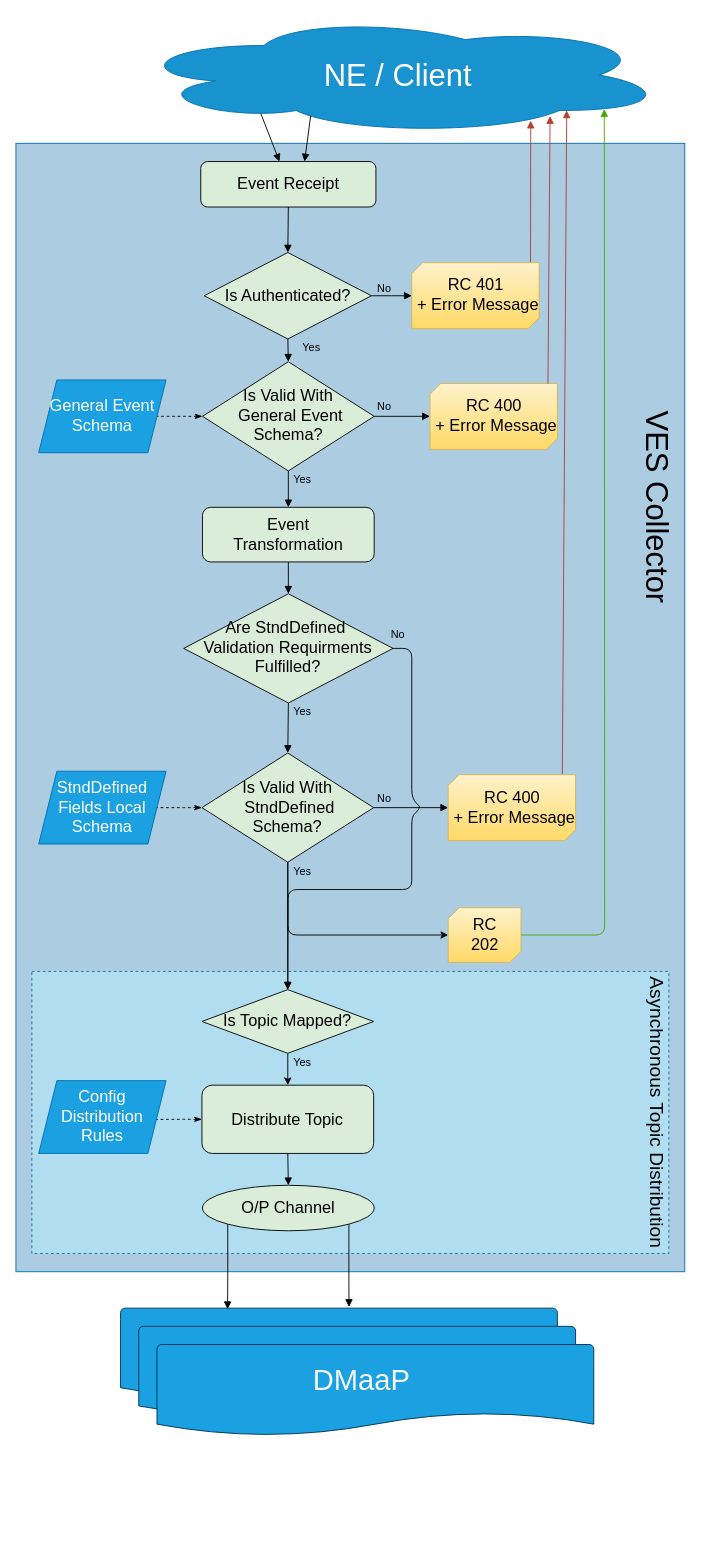
Earlier version of the draw.io diagram docs/sections/services/ves-http/ves-processing-flow.drawio (onap/dcaegen2). Source tidied: cells renumbered, new cells numbered last; positions are measured from the earlier drawing's top-left corner, leaving out a move shared by most shapes. Both pictures are drawn from the tidied source at 91%, with x=0, y=0 at pixel (15, 15).
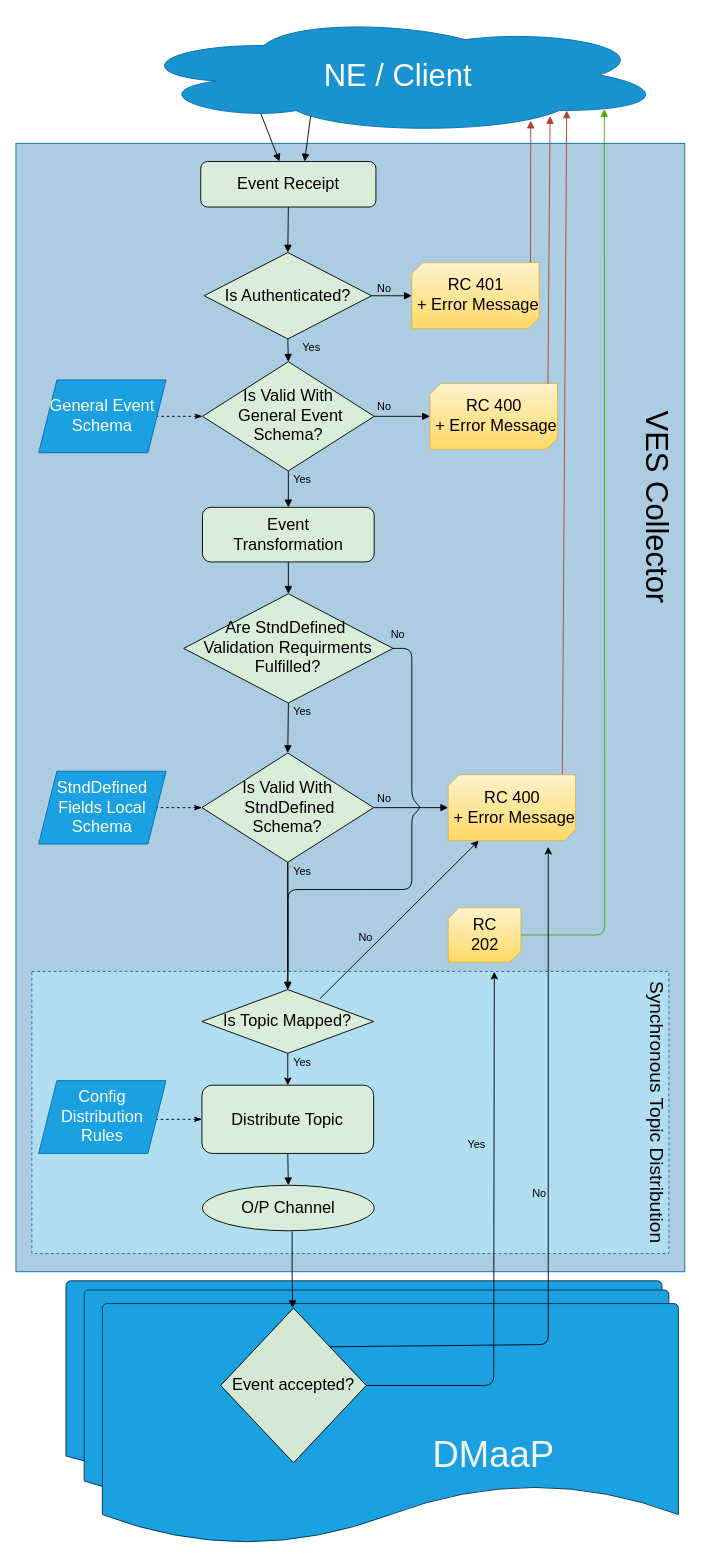
Above is the later version.

Commit message (it also covers changes not shown here):
Adjust documentation after replacing cambria with DmaaP client

Unchanged cells that the change refers to:
```xml
<mxCell id="18" value="Is Valid With&lt;br&gt;&amp;nbsp;StndDefined &lt;br&gt;Schema?" style="rhombus;whiteSpace=wrap;html=1;fillColor=#DAEDD9;fontSize=18;" parent="1" vertex="1">
  <mxGeometry x="204.4" y="810" width="188.7" height="120" as="geometry" />
</mxCell>
<mxCell id="20" style="rounded=0;whiteSpace=wrap;html=1;dashed=1;fontFamily=Helvetica;fontSize=18;fontColor=#000000;align=center;strokeColor=#10739e;fillColor=#b1ddf0;" parent="1" vertex="1">
  <mxGeometry x="17.5" y="1050" width="700" height="310" as="geometry" />
</mxCell>
<mxCell id="23" value="Is Topic Mapped?" style="rhombus;whiteSpace=wrap;html=1;fontFamily=Helvetica;fontSize=18;fontColor=#000000;align=center;strokeColor=#000000;fillColor=#DAEDD9;" parent="1" vertex="1">
  <mxGeometry x="204.4" y="1070" width="188.7" height="70" as="geometry" />
</mxCell>
<mxCell id="24" value="&lt;font style=&quot;font-size: 18px&quot;&gt;RC&lt;br style=&quot;font-size: 18px&quot;&gt;202&lt;br&gt;&lt;/font&gt;" style="verticalLabelPosition=middle;verticalAlign=middle;html=1;shape=mxgraph.basic.diag_snip_rect;dx=6;fillColor=#fff2cc;labelPosition=center;align=center;strokeColor=#d6b656;gradientColor=#ffd966;fontSize=18;" parent="1" vertex="1">
  <mxGeometry x="475" y="980" width="80" height="60" as="geometry" />
</mxCell>
<mxCell id="43" value="O/P Channel" style="ellipse;whiteSpace=wrap;html=1;fontFamily=Helvetica;fontSize=18;fontColor=#000000;align=center;strokeColor=#000000;fillColor=#DAEDD9;" parent="1" vertex="1">
  <mxGeometry x="205" y="1285" width="188.7" height="50" as="geometry" />
</mxCell>
<mxCell id="46" value="&lt;font style=&quot;font-size: 18px&quot;&gt;RC 400&lt;br&gt;&amp;nbsp;+ Error Message&lt;br&gt;&lt;/font&gt;" style="verticalLabelPosition=middle;verticalAlign=middle;html=1;shape=mxgraph.basic.diag_snip_rect;dx=6;fillColor=#fff2cc;labelPosition=center;align=center;strokeColor=#d6b656;gradientColor=#ffd966;fontSize=18;" parent="1" vertex="1">
  <mxGeometry x="475" y="833.8" width="140" height="72.5" as="geometry" />
</mxCell>
<mxCell id="52" value="&lt;font style=&quot;font-size: 18px&quot;&gt;Are StndDefined&amp;nbsp;&lt;br&gt;Validation Requirments&lt;br&gt;Fulfilled?&lt;br&gt;&lt;/font&gt;" style="rhombus;whiteSpace=wrap;html=1;fillColor=#DAEDD9;fontSize=18;" parent="1" vertex="1">
  <mxGeometry x="184.4" y="635" width="230" height="120" as="geometry" />
</mxCell>
```

The edit, as a diff of the source:
```diff
@@
+    <mxCell id="60" style="strokeWidth=1;html=1;shape=mxgraph.flowchart.document2;whiteSpace=wrap;size=0.25;fillColor=#1ba1e2;fontSize=18;fontColor=#ffffff;strokeColor=#00314F;" parent="1" vertex="1">
+      <mxGeometry x="55" y="1390" width="655" height="220" as="geometry" />
+    </mxCell>
@@
-    <mxCell id="17" style="edgeStyle=orthogonalEdgeStyle;rounded=1;jettySize=auto;html=1;exitX=0.5;exitY=1;exitDx=0;exitDy=0;entryX=0;entryY=0.5;entryDx=0;entryDy=0;entryPerimeter=0;" parent="1" edge="1" source="18" target="24">
+    <mxCell id="17" style="edgeStyle=orthogonalEdgeStyle;rounded=1;jettySize=auto;html=1;exitX=0.5;exitY=1;exitDx=0;exitDy=0;" parent="1" edge="1" source="18">
       <mxGeometry relative="1" as="geometry">
+        <mxPoint x="299" y="1060" as="targetPoint" />
         <Array as="points">
-          <mxPoint x="299" y="1010" />
+          <mxPoint x="299" y="1030" />
+          <mxPoint x="299" y="1030" />
         </Array>
       </mxGeometry>
     </mxCell>
@@
-    <mxCell id="21" value="&lt;font style=&quot;font-size: 21px&quot;&gt;Asynchronous Topic Distribution&lt;/font&gt;" style="text;html=1;strokeColor=none;fillColor=none;align=center;verticalAlign=middle;whiteSpace=wrap;rounded=0;dashed=1;fontSize=18;rotation=90;" parent="1" vertex="1">
+    <mxCell id="21" value="&lt;font style=&quot;font-size: 21px&quot;&gt;Synchronous Topic Distribution&lt;/font&gt;" style="text;html=1;strokeColor=none;fillColor=none;align=center;verticalAlign=middle;whiteSpace=wrap;rounded=0;dashed=1;fontSize=18;rotation=90;" parent="1" vertex="1">
       <mxGeometry x="545" y="1195" width="320" height="20" as="geometry" />
     </mxCell>
@@
-    <mxCell id="37" style="strokeWidth=1;html=1;shape=mxgraph.flowchart.document2;whiteSpace=wrap;size=0.25;fillColor=#1ba1e2;fontSize=18;fontColor=#ffffff;strokeColor=#00314F;" parent="1" vertex="1">
-      <mxGeometry x="115" y="1420" width="480" height="100" as="geometry" />
-    </mxCell>
-    <mxCell id="38" style="strokeWidth=1;html=1;shape=mxgraph.flowchart.document2;whiteSpace=wrap;size=0.25;fillColor=#1ba1e2;fontSize=18;fontColor=#ffffff;strokeColor=#00314F;" parent="1" vertex="1">
-      <mxGeometry x="135" y="1440" width="480" height="100" as="geometry" />
-    </mxCell>
-    <mxCell id="39" style="strokeWidth=1;html=1;shape=mxgraph.flowchart.document2;whiteSpace=wrap;size=0.25;fillColor=#1ba1e2;fontSize=18;fontColor=#ffffff;strokeColor=#00314F;" parent="1" vertex="1">
-      <mxGeometry x="155" y="1460" width="480" height="100" as="geometry" />
-    </mxCell>
-    <mxCell id="40" value="&lt;font style=&quot;font-size: 32px&quot;&gt;DMaaP&lt;/font&gt;" style="text;html=1;align=center;verticalAlign=middle;whiteSpace=wrap;rounded=0;fontSize=18;fontColor=#F5F5F5;" parent="1" vertex="1">
-      <mxGeometry x="360" y="1490" width="40" height="20" as="geometry" />
-    </mxCell>
-    <mxCell id="41" style="edgeStyle=orthogonalEdgeStyle;rounded=0;jettySize=auto;html=1;exitX=0;exitY=1;exitDx=0;exitDy=0;entryX=0.245;entryY=0.012;entryDx=0;entryDy=0;entryPerimeter=0;endArrow=block;endFill=1;fontSize=18;fontColor=#F5F5F5;" parent="1" edge="1" source="43" target="37">
-      <mxGeometry relative="1" as="geometry" />
-    </mxCell>
-    <mxCell id="42" style="edgeStyle=orthogonalEdgeStyle;rounded=0;jettySize=auto;html=1;exitX=1;exitY=1;exitDx=0;exitDy=0;entryX=0.523;entryY=-0.013;entryDx=0;entryDy=0;entryPerimeter=0;endArrow=block;endFill=1;fontSize=18;fontColor=#F5F5F5;" parent="1" edge="1" source="43" target="37">
-      <mxGeometry relative="1" as="geometry">
-        <Array as="points">
-          <mxPoint x="366" y="1395" />
-          <mxPoint x="366" y="1395" />
-        </Array>
-      </mxGeometry>
-    </mxCell>
@@
     <mxCell id="56" style="endArrow=block;html=1;exitX=1;exitY=0.5;exitDx=0;exitDy=0;endFill=1;entryX=0.5;entryY=0;entryDx=0;entryDy=0;" parent="1" edge="1" source="52" target="23">
       <mxGeometry relative="1" as="geometry">
         <Array as="points">
           <mxPoint x="435" y="695" />
           <mxPoint x="435" y="860" />
           <mxPoint x="445" y="870" />
           <mxPoint x="435" y="880" />
           <mxPoint x="435" y="960" />
+          <mxPoint x="375" y="960" />
           <mxPoint x="299" y="960" />
         </Array>
       </mxGeometry>
     </mxCell>
@@
+    <mxCell id="61" style="strokeWidth=1;html=1;shape=mxgraph.flowchart.document2;whiteSpace=wrap;size=0.25;fillColor=#1ba1e2;fontSize=18;fontColor=#ffffff;strokeColor=#00314F;" parent="1" vertex="1">
+      <mxGeometry x="75" y="1400" width="642.5" height="240" as="geometry" />
+    </mxCell>
+    <mxCell id="39" style="strokeWidth=1;html=1;shape=mxgraph.flowchart.document2;whiteSpace=wrap;size=0.25;fillColor=#1ba1e2;fontSize=18;fontColor=#ffffff;strokeColor=#00314F;" parent="1" vertex="1">
+      <mxGeometry x="95" y="1415" width="633" height="265" as="geometry" />
+    </mxCell>
+    <mxCell id="62" value="&lt;font style=&quot;font-size: 18px&quot;&gt;Event accepted?&lt;/font&gt;" style="rhombus;whiteSpace=wrap;html=1;fillColor=#d5e8d4;rounded=0;sketch=0;shadow=0;labelBorderColor=none;" parent="1" vertex="1">
+      <mxGeometry x="225" y="1420" width="160" height="170" as="geometry" />
+    </mxCell>
+    <mxCell id="40" value="&lt;font style=&quot;font-size: 40px&quot;&gt;DMaaP&lt;/font&gt;" style="text;html=1;align=center;verticalAlign=middle;whiteSpace=wrap;rounded=0;fontSize=18;fontColor=#F5F5F5;" parent="1" vertex="1">
+      <mxGeometry x="505" y="1570" width="40" height="20" as="geometry" />
+    </mxCell>
+    <mxCell id="41" style="edgeStyle=orthogonalEdgeStyle;rounded=0;jettySize=auto;html=1;endArrow=block;endFill=1;fontSize=18;fontColor=#F5F5F5;exitX=0.522;exitY=1.012;exitDx=0;exitDy=0;exitPerimeter=0;" parent="1" edge="1" source="43">
+      <mxGeometry relative="1" as="geometry">
+        <mxPoint x="304" y="1420" as="targetPoint" />
+        <Array as="points">
+          <mxPoint x="304" y="1380" />
+          <mxPoint x="304" y="1380" />
+          <mxPoint x="304" y="1410" />
+        </Array>
+      </mxGeometry>
+    </mxCell>
+    <mxCell id="63" style="endArrow=classic;html=1;exitX=1;exitY=0.5;exitDx=0;exitDy=0;entryX=0.726;entryY=0.001;entryDx=0;entryDy=0;entryPerimeter=0;" parent="1" edge="1" source="62" target="20">
+      <mxGeometry relative="1" as="geometry">
+        <Array as="points">
+          <mxPoint x="525" y="1505" />
+        </Array>
+      </mxGeometry>
+    </mxCell>
+    <mxCell id="64" value="&lt;div style=&quot;font-size: 12px&quot;&gt;&lt;font style=&quot;font-size: 12px&quot;&gt;Yes&lt;/font&gt;&lt;/div&gt;" style="edgeLabel;html=1;align=center;verticalAlign=middle;labelBackgroundColor=#B1DDF0;" parent="63" vertex="1">
+      <mxGeometry x="0.4" y="4" relative="1" as="geometry">
+        <mxPoint x="-16" y="12" as="offset" />
+      </mxGeometry>
+    </mxCell>
+    <mxCell id="65" style="endArrow=classic;html=1;exitX=1;exitY=0;exitDx=0;exitDy=0;" parent="1" edge="1" source="62">
+      <mxGeometry relative="1" as="geometry">
+        <mxPoint x="585" y="913" as="targetPoint" />
+        <Array as="points">
+          <mxPoint x="585" y="1460" />
+        </Array>
+      </mxGeometry>
+    </mxCell>
+    <mxCell id="66" value="&lt;div style=&quot;font-size: 12px&quot;&gt;&lt;font style=&quot;font-size: 12px&quot;&gt;No&lt;/font&gt;&lt;/div&gt;" style="edgeLabel;html=1;align=center;verticalAlign=middle;labelBackgroundColor=#ACCCE2;" parent="1" vertex="1">
+      <mxGeometry x="385" y="1010" as="geometry">
+        <mxPoint x="-2" y="2" as="offset" />
+      </mxGeometry>
+    </mxCell>
+    <mxCell id="67" style="endArrow=classic;html=1;strokeColor=#000000;exitX=0.687;exitY=0.143;exitDx=0;exitDy=0;exitPerimeter=0;" parent="1" edge="1" source="23" target="46">
+      <mxGeometry relative="1" as="geometry" />
+    </mxCell>
+    <mxCell id="68" value="&lt;div style=&quot;font-size: 12px&quot;&gt;&lt;font style=&quot;font-size: 12px&quot;&gt;No&lt;/font&gt;&lt;/div&gt;&lt;div style=&quot;font-size: 12px&quot;&gt;&lt;font style=&quot;font-size: 12px&quot;&gt;&lt;br&gt;&lt;/font&gt;&lt;/div&gt;" style="edgeLabel;html=1;align=center;verticalAlign=middle;labelBackgroundColor=#B1DDF0;" parent="1" vertex="1">
+      <mxGeometry x="575" y="1295" as="geometry">
+        <mxPoint x="-1" y="5" as="offset" />
+      </mxGeometry>
+    </mxCell>
```
